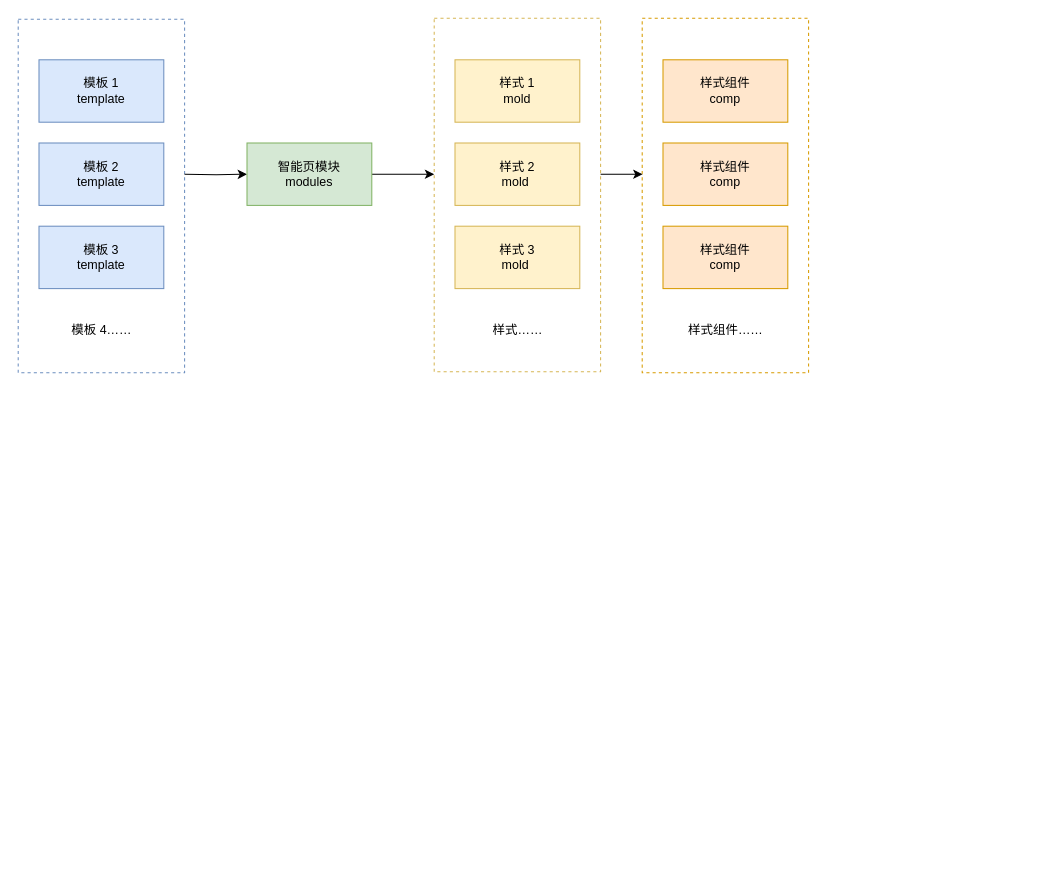
qqqqqcy/processon keeps this draw.io diagram as FC programmed landing page.drawio. Above is the earlier version. Source tidied: cells renumbered, new cells numbered last; positions are measured from the earlier drawing's top-left corner, leaving out a move shared by most shapes. Both pictures are drawn from the tidied source at 104%, with x=0, y=0 at pixel (18, 18).
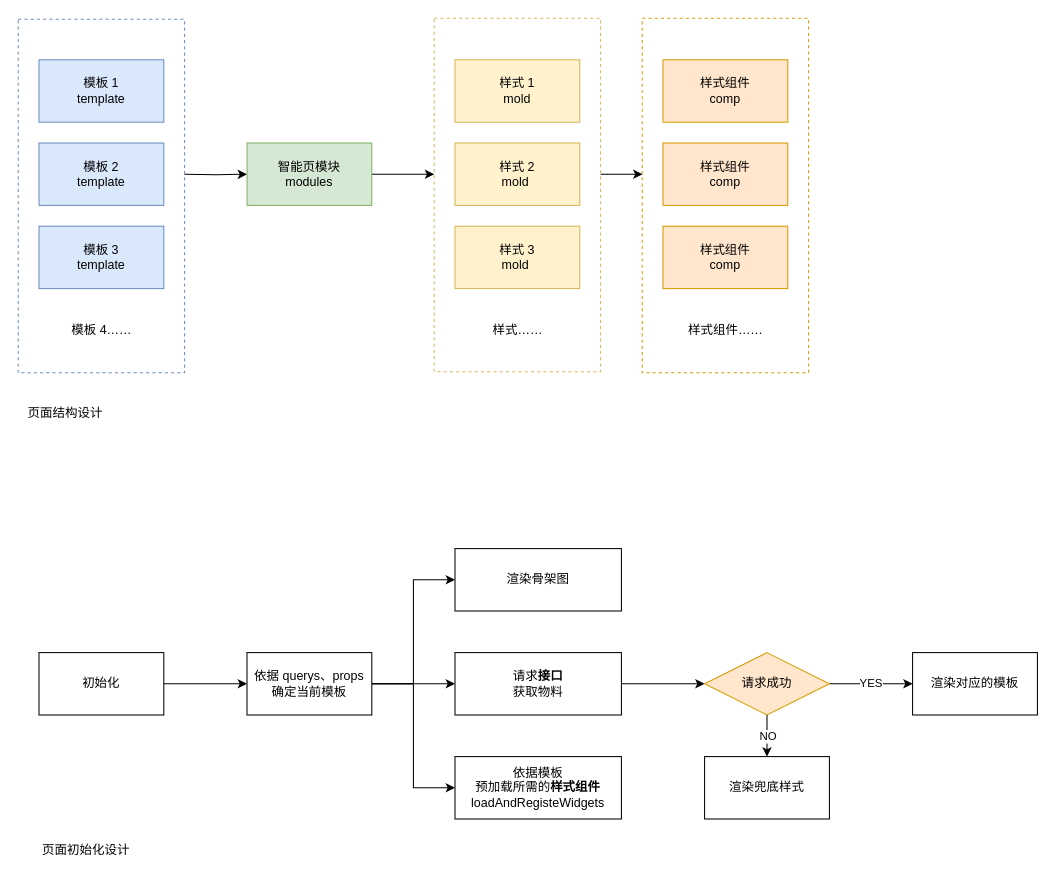
The same diagram, later.

Change to the diagram source:
```diff
@@
+    <mxCell id="21" value="页面结构设计" style="text;html=1;align=center;verticalAlign=middle;strokeColor=none;fillColor=none;" parent="1" vertex="1">
+      <mxGeometry y="370" width="90" height="20" as="geometry" />
+    </mxCell>
+    <mxCell id="22" style="edgeStyle=orthogonalEdgeStyle;rounded=0;jettySize=auto;html=1;" parent="1" edge="1" source="23" target="27">
+      <mxGeometry relative="1" as="geometry" />
+    </mxCell>
+    <mxCell id="23" value="初始化" style="rounded=0;whiteSpace=wrap;html=1;strokeColor=default;fillColor=default;" parent="1" vertex="1">
+      <mxGeometry x="20" y="610" width="120" height="60" as="geometry" />
+    </mxCell>
+    <mxCell id="24" style="edgeStyle=orthogonalEdgeStyle;rounded=0;jettySize=auto;html=1;entryX=0;entryY=0.5;entryDx=0;entryDy=0;" parent="1" edge="1" source="27" target="28">
+      <mxGeometry relative="1" as="geometry">
+        <Array as="points">
+          <mxPoint x="380" y="640" />
+          <mxPoint x="380" y="540" />
+        </Array>
+      </mxGeometry>
+    </mxCell>
+    <mxCell id="25" style="edgeStyle=orthogonalEdgeStyle;rounded=0;jettySize=auto;html=1;entryX=0;entryY=0.5;entryDx=0;entryDy=0;" parent="1" edge="1" source="27" target="30">
+      <mxGeometry relative="1" as="geometry" />
+    </mxCell>
+    <mxCell id="26" style="edgeStyle=orthogonalEdgeStyle;rounded=0;jettySize=auto;html=1;entryX=0;entryY=0.5;entryDx=0;entryDy=0;" parent="1" edge="1" source="27" target="31">
+      <mxGeometry relative="1" as="geometry" />
+    </mxCell>
+    <mxCell id="27" value="依据 querys、props&lt;br&gt;确定当前模板" style="rounded=0;whiteSpace=wrap;html=1;strokeColor=default;fillColor=default;" parent="1" vertex="1">
+      <mxGeometry x="220" y="610" width="120" height="60" as="geometry" />
+    </mxCell>
+    <mxCell id="28" value="渲染骨架图" style="rounded=0;whiteSpace=wrap;html=1;strokeColor=default;fillColor=default;" parent="1" vertex="1">
+      <mxGeometry x="420" y="510" width="160" height="60" as="geometry" />
+    </mxCell>
+    <mxCell id="29" style="edgeStyle=orthogonalEdgeStyle;rounded=0;jettySize=auto;html=1;entryX=0;entryY=0.5;entryDx=0;entryDy=0;" parent="1" edge="1" source="30" target="35">
+      <mxGeometry relative="1" as="geometry" />
+    </mxCell>
+    <mxCell id="30" value="请求&lt;b&gt;接口&lt;/b&gt;&lt;br&gt;获取物料" style="rounded=0;whiteSpace=wrap;html=1;strokeColor=default;fillColor=default;" parent="1" vertex="1">
+      <mxGeometry x="420" y="610" width="160" height="60" as="geometry" />
+    </mxCell>
+    <mxCell id="31" value="依据模板&lt;br&gt;预加载所需的&lt;b&gt;样式组件&lt;br&gt;&lt;/b&gt;loadAndRegisteWidgets" style="rounded=0;whiteSpace=wrap;html=1;strokeColor=default;fillColor=default;" parent="1" vertex="1">
+      <mxGeometry x="420" y="710" width="160" height="60" as="geometry" />
+    </mxCell>
+    <mxCell id="32" style="edgeStyle=orthogonalEdgeStyle;rounded=0;jettySize=auto;html=1;" parent="1" edge="1" source="35" target="36">
+      <mxGeometry relative="1" as="geometry" />
+    </mxCell>
+    <mxCell id="33" value="NO" style="edgeLabel;html=1;align=center;verticalAlign=middle;" parent="32" vertex="1">
+      <mxGeometry x="0.17" y="-4" relative="1" as="geometry">
+        <mxPoint x="4" y="-3" as="offset" />
+      </mxGeometry>
+    </mxCell>
+    <mxCell id="34" value="YES" style="edgeStyle=orthogonalEdgeStyle;rounded=0;jettySize=auto;html=1;" parent="1" edge="1" source="35" target="37">
+      <mxGeometry relative="1" as="geometry" />
+    </mxCell>
+    <mxCell id="35" value="请求成功" style="rhombus;whiteSpace=wrap;html=1;strokeColor=#d79b00;fillColor=#ffe6cc;" parent="1" vertex="1">
+      <mxGeometry x="660" y="610" width="120" height="60" as="geometry" />
+    </mxCell>
+    <mxCell id="36" value="渲染兜底样式" style="whiteSpace=wrap;html=1;" parent="1" vertex="1">
+      <mxGeometry x="660" y="710" width="120" height="60" as="geometry" />
+    </mxCell>
+    <mxCell id="37" value="渲染对应的模板" style="whiteSpace=wrap;html=1;" parent="1" vertex="1">
+      <mxGeometry x="860" y="610" width="120" height="60" as="geometry" />
+    </mxCell>
+    <mxCell id="38" value="页面初始化设计" style="text;html=1;align=center;verticalAlign=middle;strokeColor=none;fillColor=none;" parent="1" vertex="1">
+      <mxGeometry x="15" y="790" width="100" height="20" as="geometry" />
+    </mxCell>
```
